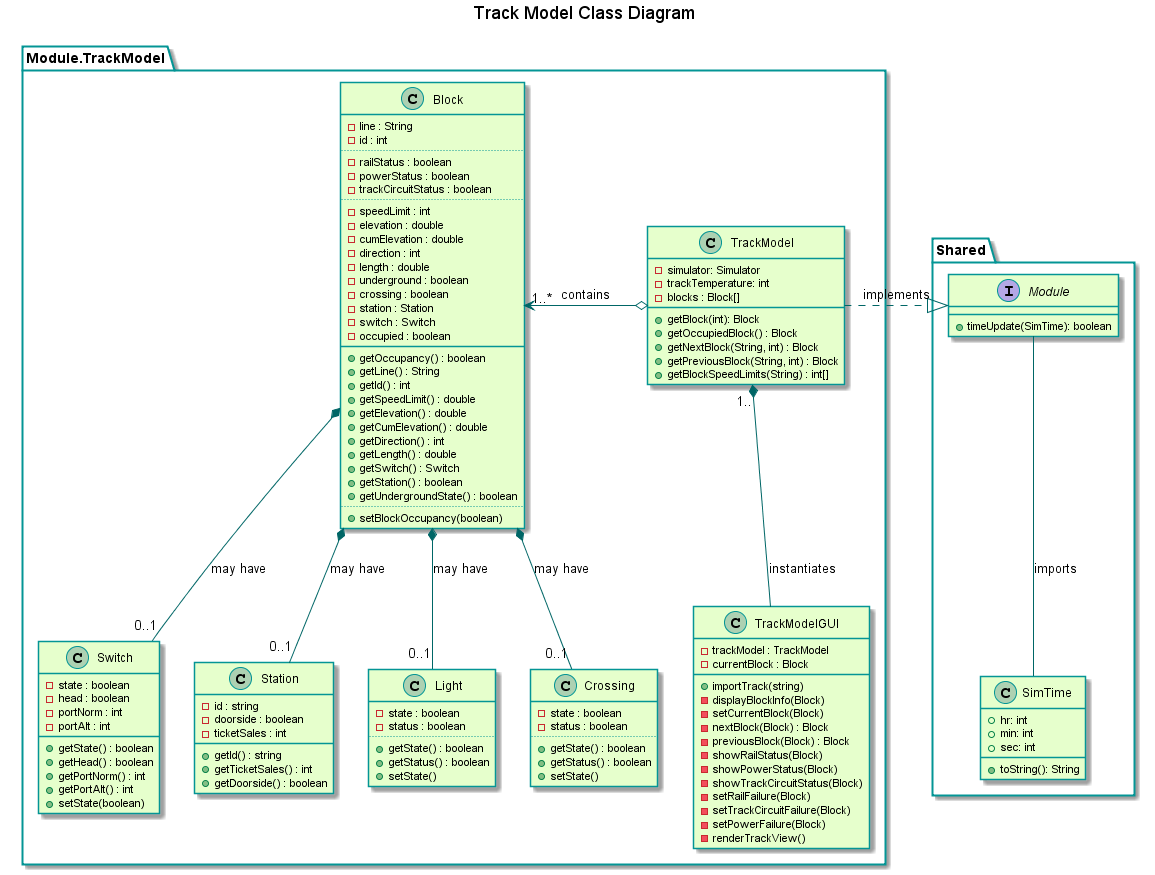
This is TrainSystem/yUML/Class Diagrams/TrackModelClassDiagram.png from kevingilboy/COE1186, a PlantUML export, as it was before one commit.
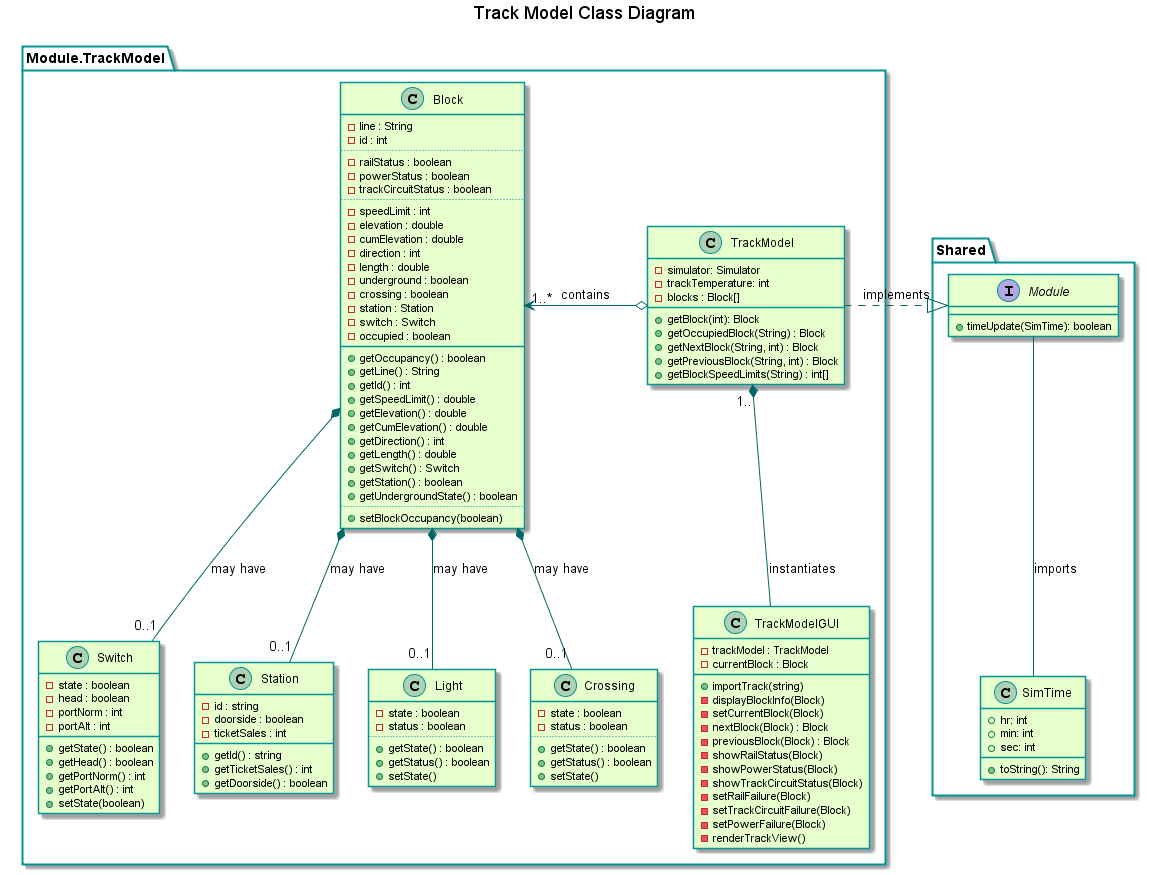
The same diagram one commit later.

Change to the diagram source:
```diff
@@ -25,7 +25,7 @@
         -trackTemperature: int
         -blocks : Block[]
         +getBlock(int): Block
-        +getOccupiedBlock() : Block
+        +getOccupiedBlock(String) : Block
         +getNextBlock(String, int) : Block
         +getPreviousBlock(String, int) : Block
         +getBlockSpeedLimits(String) : int[]
```
